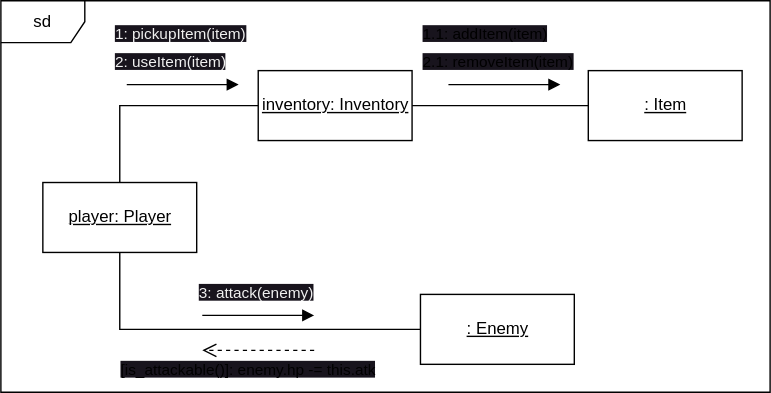
Above: diagrams/communication_diagram.drawio.svg in nagutabby/roguelike-simulator (draw.io), before the change. Source tidied: cells renumbered, new cells last; positions are measured from the earlier drawing's top-left corner, leaving out a move shared by most shapes.
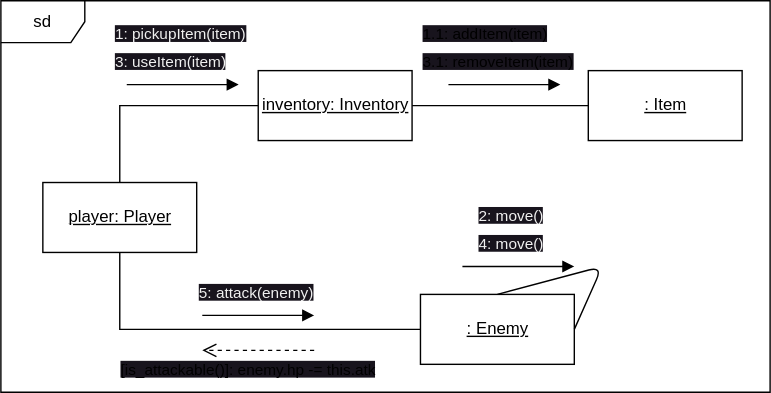
Later version of the same file.

Commit message:
UML図を修正する

The edit, as a diff of the source:
```diff
@@ -35,13 +35,13 @@
     <mxCell id="11" value="&lt;meta charset=&quot;utf-8&quot;&gt;&lt;span style=&quot;color: rgb(240, 240, 240); font-family: Helvetica; font-size: 11px; font-style: normal; font-variant-ligatures: normal; font-variant-caps: normal; font-weight: 400; letter-spacing: normal; orphans: 2; text-align: center; text-indent: 0px; text-transform: none; widows: 2; word-spacing: 0px; -webkit-text-stroke-width: 0px; background-color: rgb(24, 20, 29); text-decoration-thickness: initial; text-decoration-style: initial; text-decoration-color: initial; float: none; display: inline !important;&quot;&gt;1: pickupItem(item)&lt;/span&gt;" style="text;whiteSpace=wrap;html=1;" parent="1" vertex="1">
       <mxGeometry x="80" y="10" width="130" height="30" as="geometry" />
     </mxCell>
-    <mxCell id="12" value="&lt;span style=&quot;color: rgb(240, 240, 240); font-family: Helvetica; font-size: 11px; font-style: normal; font-variant-ligatures: normal; font-variant-caps: normal; font-weight: 400; letter-spacing: normal; orphans: 2; text-align: center; text-indent: 0px; text-transform: none; widows: 2; word-spacing: 0px; -webkit-text-stroke-width: 0px; background-color: rgb(24, 20, 29); text-decoration-thickness: initial; text-decoration-style: initial; text-decoration-color: initial; float: none; display: inline !important;&quot;&gt;2: useItem(item)&lt;/span&gt;" style="text;whiteSpace=wrap;html=1;" parent="1" vertex="1">
+    <mxCell id="12" value="&lt;span style=&quot;color: rgb(240, 240, 240); font-family: Helvetica; font-size: 11px; font-style: normal; font-variant-ligatures: normal; font-variant-caps: normal; font-weight: 400; letter-spacing: normal; orphans: 2; text-align: center; text-indent: 0px; text-transform: none; widows: 2; word-spacing: 0px; -webkit-text-stroke-width: 0px; background-color: rgb(24, 20, 29); text-decoration-thickness: initial; text-decoration-style: initial; text-decoration-color: initial; float: none; display: inline !important;&quot;&gt;3: useItem(item)&lt;/span&gt;" style="text;whiteSpace=wrap;html=1;" parent="1" vertex="1">
       <mxGeometry x="80" y="30" width="130" height="30" as="geometry" />
     </mxCell>
     <mxCell id="13" value="&lt;span style=&quot;font-size: 11px; text-align: center; background-color: rgb(24, 20, 29);&quot;&gt;1.1: addItem(item)&lt;/span&gt;" style="text;whiteSpace=wrap;html=1;" parent="1" vertex="1">
       <mxGeometry x="300" y="10" width="130" height="30" as="geometry" />
     </mxCell>
-    <mxCell id="14" value="&lt;span style=&quot;font-size: 11px; text-align: center; background-color: rgb(24, 20, 29);&quot;&gt;2.1: removeItem(item)&lt;/span&gt;" style="text;whiteSpace=wrap;html=1;" parent="1" vertex="1">
+    <mxCell id="14" value="&lt;span style=&quot;font-size: 11px; text-align: center; background-color: rgb(24, 20, 29);&quot;&gt;3.1: removeItem(item)&lt;/span&gt;" style="text;whiteSpace=wrap;html=1;" parent="1" vertex="1">
       <mxGeometry x="300" y="30" width="130" height="30" as="geometry" />
     </mxCell>
     <mxCell id="15" style="html=1;verticalAlign=bottom;endArrow=block;rounded=0;" parent="1" edge="1">
@@ -50,7 +50,7 @@
         <mxPoint x="400" y="60" as="targetPoint" />
       </mxGeometry>
     </mxCell>
-    <mxCell id="16" value="&lt;span style=&quot;color: rgb(240, 240, 240); font-family: Helvetica; font-size: 11px; font-style: normal; font-variant-ligatures: normal; font-variant-caps: normal; font-weight: 400; letter-spacing: normal; orphans: 2; text-align: center; text-indent: 0px; text-transform: none; widows: 2; word-spacing: 0px; -webkit-text-stroke-width: 0px; background-color: rgb(24, 20, 29); text-decoration-thickness: initial; text-decoration-style: initial; text-decoration-color: initial; float: none; display: inline !important;&quot;&gt;3: attack(enemy)&lt;/span&gt;" style="text;whiteSpace=wrap;html=1;" parent="1" vertex="1">
+    <mxCell id="16" value="&lt;span style=&quot;color: rgb(240, 240, 240); font-family: Helvetica; font-size: 11px; font-style: normal; font-variant-ligatures: normal; font-variant-caps: normal; font-weight: 400; letter-spacing: normal; orphans: 2; text-align: center; text-indent: 0px; text-transform: none; widows: 2; word-spacing: 0px; -webkit-text-stroke-width: 0px; background-color: rgb(24, 20, 29); text-decoration-thickness: initial; text-decoration-style: initial; text-decoration-color: initial; float: none; display: inline !important;&quot;&gt;5: attack(enemy)&lt;/span&gt;" style="text;whiteSpace=wrap;html=1;" parent="1" vertex="1">
       <mxGeometry x="140" y="195" width="97" height="30" as="geometry" />
     </mxCell>
     <mxCell id="17" style="html=1;verticalAlign=bottom;endArrow=block;rounded=0;" parent="1" edge="1">
@@ -68,5 +68,27 @@
     <mxCell id="19" value="&lt;div style=&quot;text-align: center;&quot;&gt;&lt;span style=&quot;font-size: 11px; background-color: rgb(24, 20, 29);&quot;&gt;[is_attackable()]: enemy.hp -= this.atk&lt;/span&gt;&lt;/div&gt;" style="text;whiteSpace=wrap;html=1;" parent="1" vertex="1">
       <mxGeometry x="84" y="250" width="200" height="30" as="geometry" />
     </mxCell>
+    <mxCell id="20" style="edgeStyle=orthogonalEdgeStyle;rounded=1;html=1;exitX=0.5;exitY=0;exitDx=0;exitDy=0;entryX=1;entryY=0.5;entryDx=0;entryDy=0;endArrow=none;endFill=0;" parent="1" edge="1" source="6" target="6">
+      <mxGeometry relative="1" as="geometry">
+        <Array as="points">
+          <mxPoint x="430" y="190" />
+        </Array>
+      </mxGeometry>
+    </mxCell>
+    <mxCell id="21" value="&lt;span style=&quot;color: rgb(240, 240, 240); font-family: Helvetica; font-size: 11px; font-style: normal; font-variant-ligatures: normal; font-variant-caps: normal; font-weight: 400; letter-spacing: normal; orphans: 2; text-align: center; text-indent: 0px; text-transform: none; widows: 2; word-spacing: 0px; -webkit-text-stroke-width: 0px; background-color: rgb(24, 20, 29); text-decoration-thickness: initial; text-decoration-style: initial; text-decoration-color: initial; float: none; display: inline !important;&quot;&gt;2: move()&lt;/span&gt;" style="text;whiteSpace=wrap;html=1;" parent="1" vertex="1">
+      <mxGeometry x="340" y="140" width="97" height="30" as="geometry" />
+    </mxCell>
+    <mxCell id="22" value="&lt;span style=&quot;color: rgb(240, 240, 240); font-family: Helvetica; font-size: 11px; font-style: normal; font-variant-ligatures: normal; font-variant-caps: normal; font-weight: 400; letter-spacing: normal; orphans: 2; text-align: center; text-indent: 0px; text-transform: none; widows: 2; word-spacing: 0px; -webkit-text-stroke-width: 0px; background-color: rgb(24, 20, 29); text-decoration-thickness: initial; text-decoration-style: initial; text-decoration-color: initial; float: none; display: inline !important;&quot;&gt;4: move()&lt;/span&gt;" style="text;whiteSpace=wrap;html=1;" parent="1" vertex="1">
+      <mxGeometry x="340" y="160" width="97" height="30" as="geometry" />
+    </mxCell>
+    <mxCell id="23" style="html=1;verticalAlign=bottom;endArrow=block;rounded=0;" parent="1" edge="1">
+      <mxGeometry y="30" relative="1" as="geometry">
+        <mxPoint x="330" y="190" as="sourcePoint" />
+        <mxPoint x="410" y="190" as="targetPoint" />
+        <Array as="points">
+          <mxPoint x="370" y="190" />
+        </Array>
+      </mxGeometry>
+    </mxCell>
   </root>
 </mxGraphModel>
```
